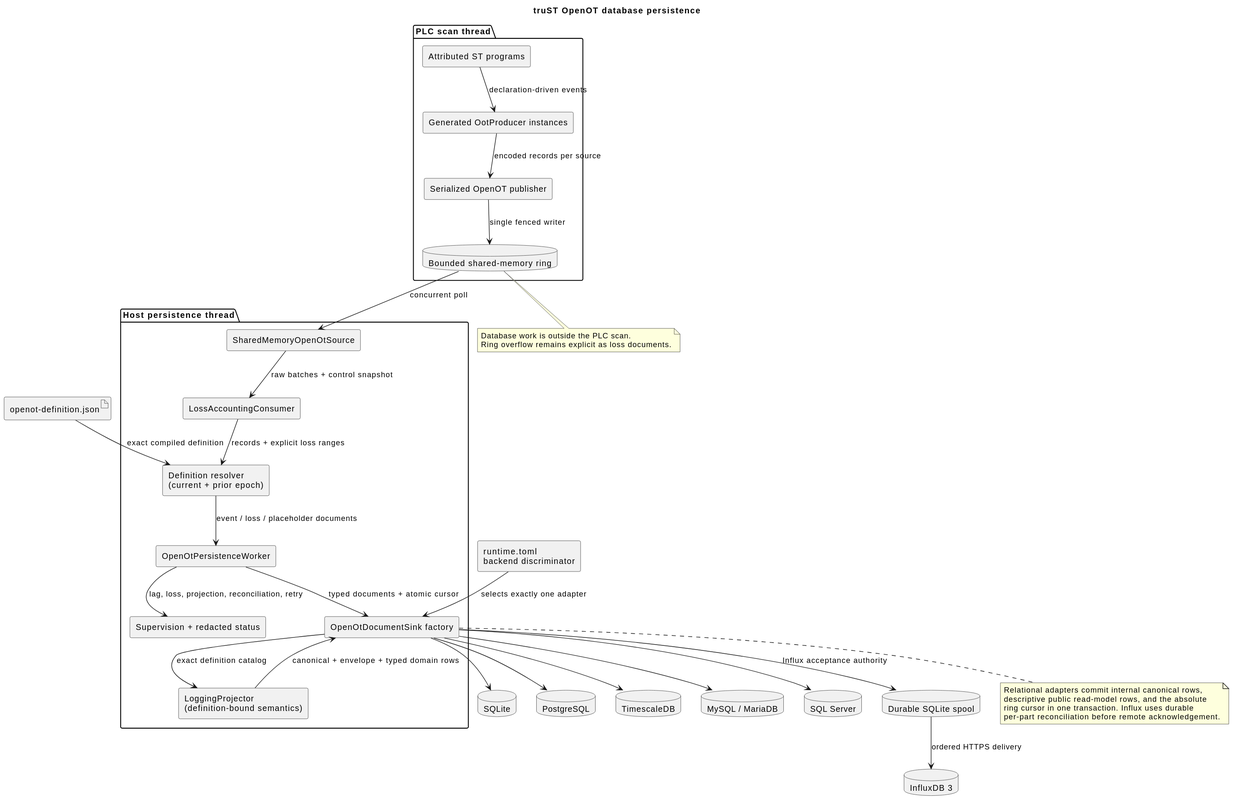
The PlantUML diagram docs/diagrams/generated/openot-database-persistence.svg in johannesPettersson80/trust-platform, before a commit.
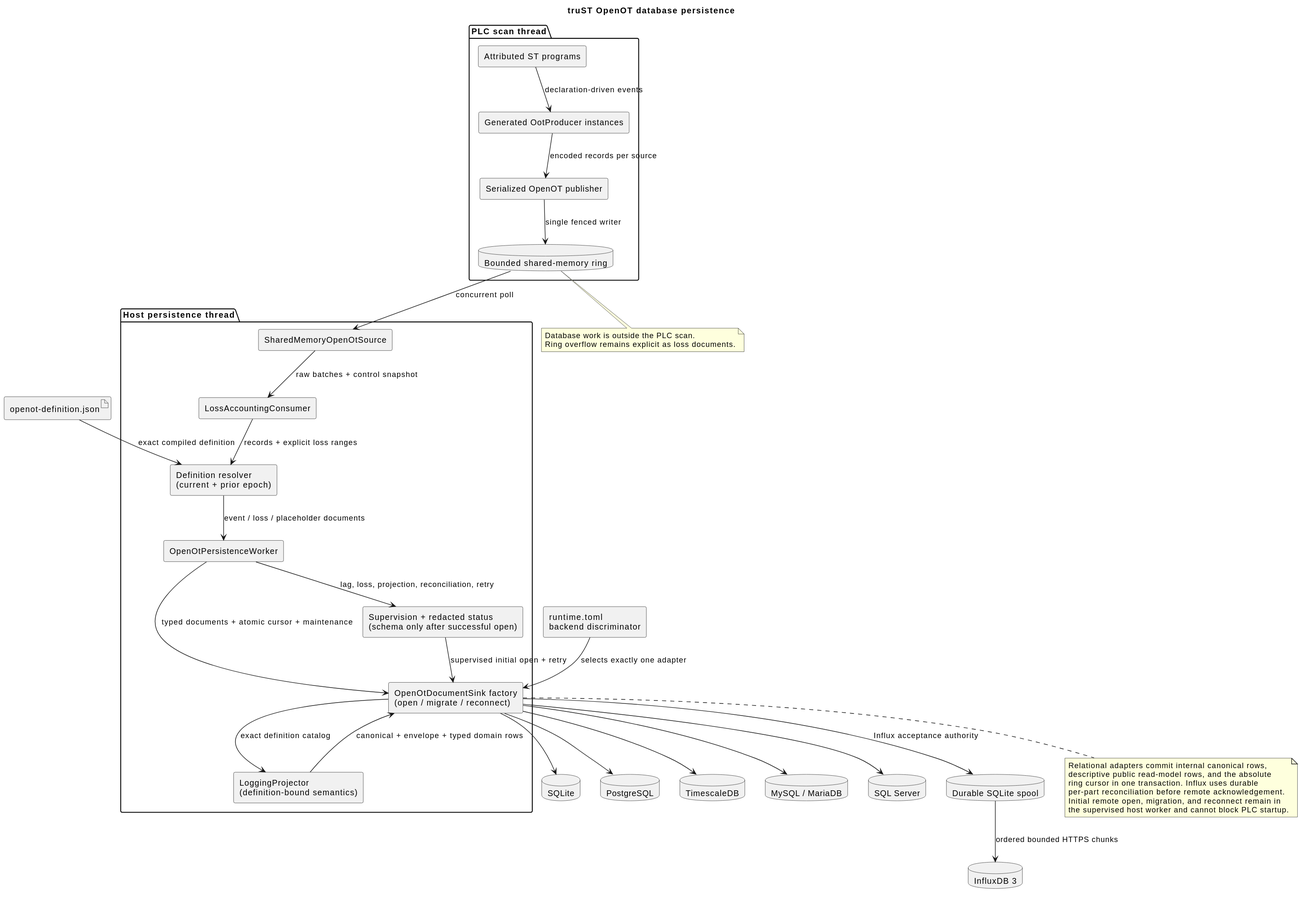
Later version of the same file.

Change to the diagram source:
```diff
@@ -18,13 +18,14 @@
   component "Definition resolver\n(current + prior epoch)" as resolver
   component "OpenOtPersistenceWorker" as worker
   component "LoggingProjector\n(definition-bound semantics)" as projector
-  component "OpenOtDocumentSink factory" as factory
-  component "Supervision + redacted status" as status
+  component "OpenOtDocumentSink factory\n(open / migrate / reconnect)" as factory
+  component "Supervision + redacted status\n(schema only after successful open)" as status
   ring --> source : concurrent poll
   source --> loss : raw batches + control snapshot
   loss --> resolver : records + explicit loss ranges
   resolver --> worker : event / loss / placeholder documents
-  worker --> factory : typed documents + atomic cursor
+  status --> factory : supervised initial open + retry
+  worker --> factory : typed documents + atomic cursor + maintenance
   factory --> projector : exact definition catalog
   projector --> factory : canonical + envelope + typed domain rows
   worker --> status : lag, loss, projection, reconciliation, retry
@@ -49,7 +50,7 @@
 factory --> mysql
 factory --> sqlserver
 factory --> spool : Influx acceptance authority
-spool --> influx : ordered HTTPS delivery
+spool --> influx : ordered bounded HTTPS chunks
 
 note bottom of ring
 Database work is outside the PLC scan.
@@ -61,5 +62,7 @@
 descriptive public read-model rows, and the absolute
 ring cursor in one transaction. Influx uses durable
 per-part reconciliation before remote acknowledgement.
+Initial remote open, migration, and reconnect remain in
+the supervised host worker and cannot block PLC startup.
 end note
 @enduml
```
